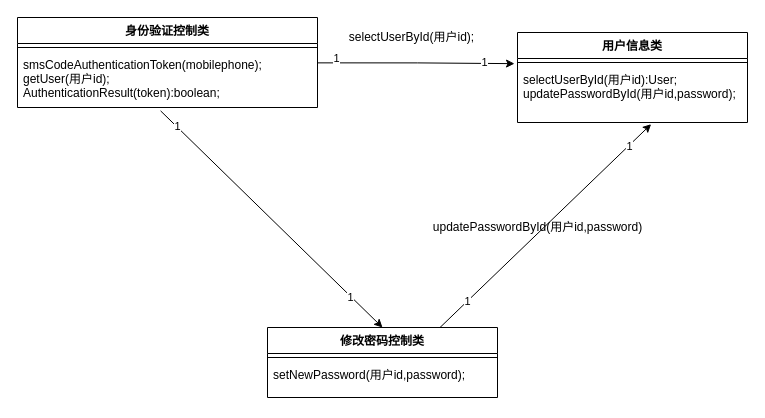
The draw.io diagram page "修改密码类关系图" (2 of 2) of 统计收益类关系图.drawio in czely/czely.github.io, before the edit. Source tidied: cells renumbered, new cells numbered last; positions are measured from the earlier drawing's top-left corner, leaving out a move shared by most shapes. Both pictures are drawn from the tidied source at 100%, with x=0, y=0 at pixel (17, 17).
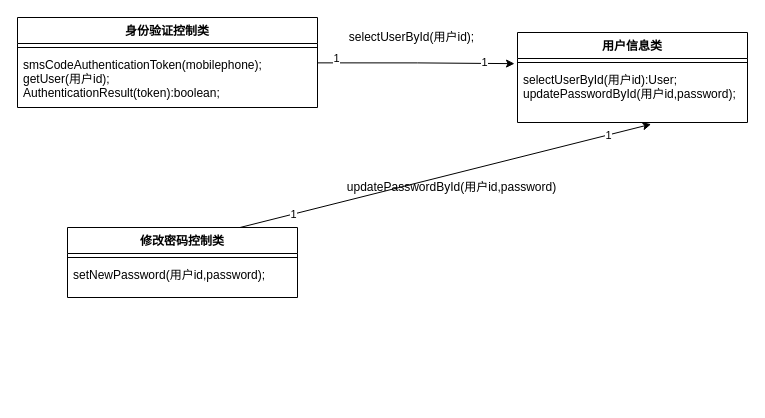
The same diagram, later.

Commit message (it also covers changes not shown here):
更新统计收益类关系图.drawio

Unchanged cells that the change refers to:
```xml
<mxCell id="4" value="smsCodeAuthenticationToken(mobilephone);&#10;getUser(用户id);&#10;AuthenticationResult(token):boolean;&#10;" style="text;strokeColor=none;fillColor=none;align=left;verticalAlign=top;spacingLeft=4;spacingRight=4;overflow=hidden;points=[[0,0.5],[1,0.5]];portConstraint=eastwest;" parent="2" vertex="1">
  <mxGeometry y="34" width="300" height="56" as="geometry" />
</mxCell>
```

What changed in the source:
```diff
@@
     <mxCell id="12" value="修改密码控制类" style="swimlane;fontStyle=1;align=center;verticalAlign=top;horizontal=1;startSize=26;" parent="1" vertex="1">
-      <mxGeometry x="250" y="310" width="230" height="70" as="geometry" />
+      <mxGeometry x="50" y="210" width="230" height="70" as="geometry" />
     </mxCell>
@@
-    <mxCell id="15" style="endArrow=classic;html=1;exitX=0.477;exitY=1.06;exitDx=0;exitDy=0;exitPerimeter=0;entryX=0.5;entryY=0;entryDx=0;entryDy=0;" parent="1" edge="1" source="4" target="12">
-      <mxGeometry relative="1" as="geometry" />
-    </mxCell>
-    <mxCell id="16" value="1" style="edgeLabel;html=1;align=center;verticalAlign=middle;" parent="15" vertex="1">
-      <mxGeometry x="-0.86" y="1" relative="1" as="geometry" />
-    </mxCell>
-    <mxCell id="17" value="1" style="edgeLabel;html=1;align=center;verticalAlign=middle;" parent="15" vertex="1">
-      <mxGeometry x="0.71" y="-1" relative="1" as="geometry" />
-    </mxCell>
@@
     <mxCell id="21" value="updatePasswordById(用户id,password)" style="text;html=1;align=center;verticalAlign=middle;" parent="1" vertex="1">
-      <mxGeometry x="410" y="200" width="220" height="20" as="geometry" />
+      <mxGeometry x="324" y="160" width="220" height="20" as="geometry" />
     </mxCell>
```
